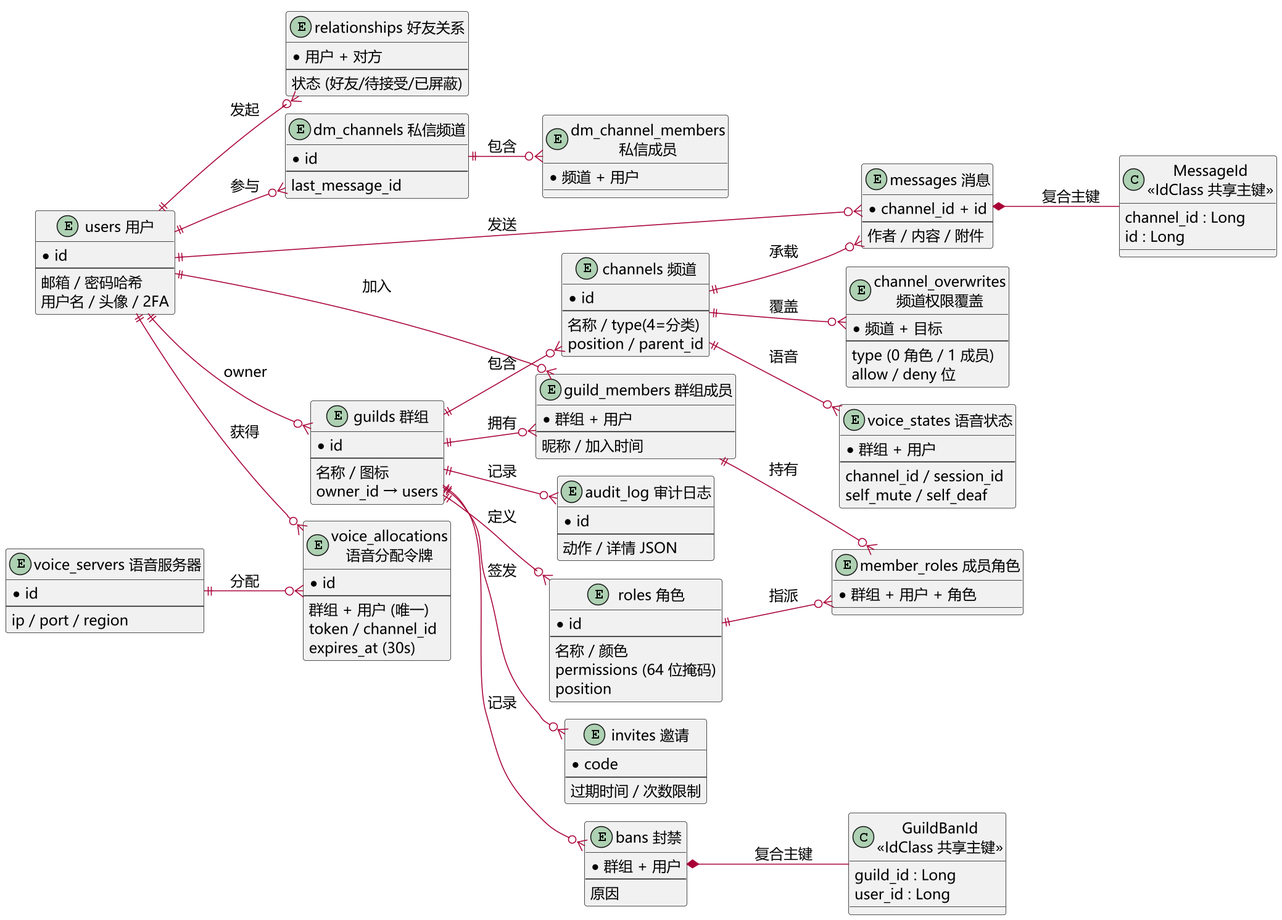
Earlier version of the PlantUML export docs/figures/fig4-2-er.png (Siegfried-Crowley/Chorus). Source of this version:
```plantuml
@startuml fig4-2-er
!pragma layout smetana
left to right direction
skinparam backgroundColor #FFFFFF
skinparam defaultFontName "Microsoft YaHei"
skinparam defaultFontSize 15
skinparam nodesep 12
skinparam ranksep 30
skinparam shadowing false
skinparam dpi 150
skinparam ArrowColor #A80036
skinparam entity {
  BackgroundColor #FEFECE
  BorderColor #A80036
  FontColor #000000
  HeaderBackgroundColor #FFF3C4
}

entity "users 用户" as users {
  * id
  --
  邮箱 / 密码哈希
  用户名 / 头像 / 2FA
}
entity "relationships 好友关系" as relationships {
  * 用户 + 对方
  --
  状态 (好友/待接受/已屏蔽)
}
entity "dm_channels 私信频道" as dm_channels {
  * id
  --
  last_message_id
}
entity "dm_channel_members\n私信成员" as dm_channel_members {
  * 频道 + 用户
}

entity "guilds 群组" as guilds {
  * id
  --
  名称 / 图标
  owner_id → users
}
entity "guild_members 群组成员" as guild_members {
  * 群组 + 用户
  --
  昵称 / 加入时间
}
entity "roles 角色" as roles {
  * id
  --
  名称 / 颜色
  permissions (64 位掩码)
  position
}
entity "channels 频道" as channels {
  * id
  --
  名称 / type(4=分类)
  position / parent_id
}
entity "invites 邀请" as invites {
  * code
  --
  过期时间 / 次数限制
}
entity "bans 封禁" as bans {
  * 群组 + 用户
  --
  原因
}
entity "audit_log 审计日志" as audit_log {
  * id
  --
  动作 / 详情 JSON
}

entity "messages 消息" as messages {
  * channel_id + id
  --
  作者 / 内容 / 附件
}
entity "channel_overwrites\n频道权限覆盖" as channel_overwrites {
  * 频道 + 目标
  --
  type (0 角色 / 1 成员)
  allow / deny 位
}
entity "member_roles 成员角色" as member_roles {
  * 群组 + 用户 + 角色
}
entity "voice_states 语音状态" as voice_states {
  * 群组 + 用户
  --
  channel_id / session_id
  self_mute / self_deaf
}

entity "voice_servers 语音服务器" as voice_servers {
  * id
  --
  ip / port / region
}
entity "voice_allocations\n语音分配令牌" as voice_allocations {
  * id
  --
  群组 + 用户 (唯一)
  token / channel_id
  expires_at (30s)
}

class "MessageId\n<<IdClass 共享主键>>" as MessageId {
  channel_id : Long
  id : Long
}
class "GuildBanId\n<<IdClass 共享主键>>" as GuildBanId {
  guild_id : Long
  user_id : Long
}

users ||--o{ guilds : owner
users ||--o{ guild_members : 加入
guilds ||--o{ guild_members : 拥有
guilds ||--o{ roles : 定义
guilds ||--o{ channels : 包含
guilds ||--o{ invites : 签发
guilds ||--o{ bans : 记录
guilds ||--o{ audit_log : 记录
channels ||--o{ messages : 承载
channels ||--o{ channel_overwrites : 覆盖
channels ||--o{ voice_states : 语音
users ||--o{ messages : 发送
roles ||--o{ member_roles : 指派
guild_members ||--o{ member_roles : 持有
users ||--o{ relationships : 发起
users ||--o{ dm_channels : 参与
dm_channels ||--o{ dm_channel_members : 包含
users ||--o{ voice_allocations : 获得
voice_servers ||--o{ voice_allocations : 分配
messages *-- MessageId : 复合主键
bans *-- GuildBanId : 复合主键
@enduml
```
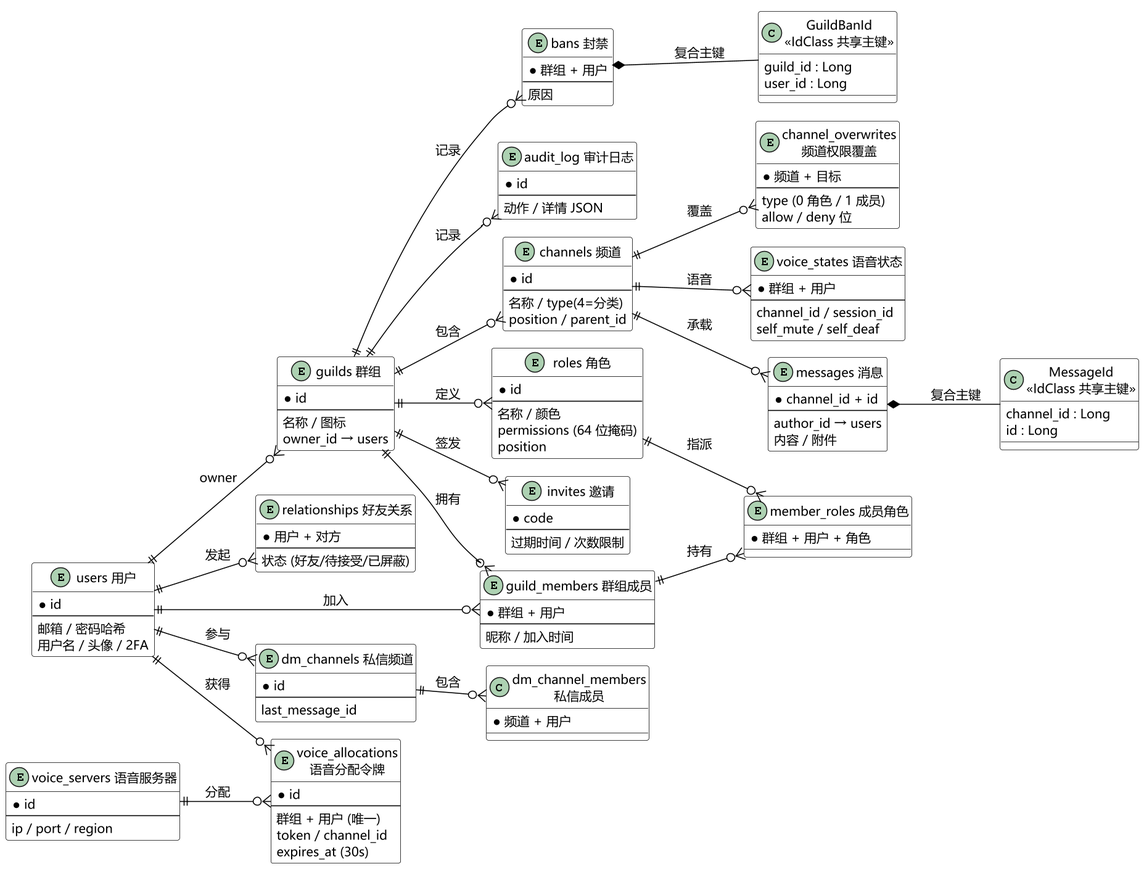
The same diagram one commit later.

Change to the diagram source:
```diff
@@ -1,26 +1,42 @@
 @startuml fig4-2-er
 !pragma layout smetana
+skinparam backgroundColor #FFFFFF
+skinparam shadowing false
+skinparam defaultFontName "Microsoft YaHei"
+skinparam defaultFontSize 13
+skinparam dpi 150
+skinparam defaultFontColor #000000
+skinparam ArrowColor #000000
+skinparam ArrowFontColor #000000
+skinparam linetype ortho
+skinparam nodesep 22
+skinparam ranksep 60
+skinparam entity {
+  BackgroundColor #FFFFFF
+  BorderColor #000000
+  FontColor #000000
+  HeaderBackgroundColor #FFFFFF
+}
+skinparam class {
+  BackgroundColor #FFFFFF
+  BorderColor #000000
+  FontColor #000000
+  AttributeFontColor #000000
+  StereotypeFontColor #000000
+}
 left to right direction
-skinparam backgroundColor #FFFFFF
-skinparam defaultFontName "Microsoft YaHei"
-skinparam defaultFontSize 15
-skinparam nodesep 12
-skinparam ranksep 30
-skinparam shadowing false
-skinparam dpi 150
-skinparam ArrowColor #A80036
-skinparam entity {
-  BackgroundColor #FEFECE
-  BorderColor #A80036
-  FontColor #000000
-  HeaderBackgroundColor #FFF3C4
-}
 
 entity "users 用户" as users {
   * id
   --
   邮箱 / 密码哈希
   用户名 / 头像 / 2FA
+}
+entity "guilds 群组" as guilds {
+  * id
+  --
+  名称 / 图标
+  owner_id → users
 }
 entity "relationships 好友关系" as relationships {
   * 用户 + 对方
@@ -32,20 +48,29 @@
   --
   last_message_id
 }
-entity "dm_channel_members\n私信成员" as dm_channel_members {
-  * 频道 + 用户
-}
 
-entity "guilds 群组" as guilds {
+entity "channels 频道" as channels {
   * id
   --
-  名称 / 图标
-  owner_id → users
+  名称 / type(4=分类)
+  position / parent_id
 }
 entity "guild_members 群组成员" as guild_members {
   * 群组 + 用户
   --
   昵称 / 加入时间
+}
+entity "messages 消息" as messages {
+  * channel_id + id
+  --
+  author_id → users
+  内容 / 附件
+}
+entity "channel_overwrites\n频道权限覆盖" as channel_overwrites {
+  * 频道 + 目标
+  --
+  type (0 角色 / 1 成员)
+  allow / deny 位
 }
 entity "roles 角色" as roles {
   * id
@@ -54,11 +79,15 @@
   permissions (64 位掩码)
   position
 }
-entity "channels 频道" as channels {
-  * id
+entity "member_roles 成员角色" as member_roles {
+  * 群组 + 用户 + 角色
+}
+
+entity "voice_states 语音状态" as voice_states {
+  * 群组 + 用户
   --
-  名称 / type(4=分类)
-  position / parent_id
+  channel_id / session_id
+  self_mute / self_deaf
 }
 entity "invites 邀请" as invites {
   * code
@@ -75,28 +104,6 @@
   --
   动作 / 详情 JSON
 }
-
-entity "messages 消息" as messages {
-  * channel_id + id
-  --
-  作者 / 内容 / 附件
-}
-entity "channel_overwrites\n频道权限覆盖" as channel_overwrites {
-  * 频道 + 目标
-  --
-  type (0 角色 / 1 成员)
-  allow / deny 位
-}
-entity "member_roles 成员角色" as member_roles {
-  * 群组 + 用户 + 角色
-}
-entity "voice_states 语音状态" as voice_states {
-  * 群组 + 用户
-  --
-  channel_id / session_id
-  self_mute / self_deaf
-}
-
 entity "voice_servers 语音服务器" as voice_servers {
   * id
   --
@@ -109,7 +116,9 @@
   token / channel_id
   expires_at (30s)
 }
-
+class "dm_channel_members\n私信成员" as dm_channel_members {
+  * 频道 + 用户
+}
 class "MessageId\n<<IdClass 共享主键>>" as MessageId {
   channel_id : Long
   id : Long
@@ -119,25 +128,24 @@
   user_id : Long
 }
 
+users ||--o{ relationships : 发起
+users ||--o{ dm_channels : 参与
+dm_channels ||--o{ dm_channel_members : 包含
 users ||--o{ guilds : owner
+guilds ||--o{ guild_members : 拥有
 users ||--o{ guild_members : 加入
-guilds ||--o{ guild_members : 拥有
 guilds ||--o{ roles : 定义
 guilds ||--o{ channels : 包含
+roles ||--o{ member_roles : 指派
+guild_members ||--o{ member_roles : 持有
+channels ||--o{ messages : 承载
+channels ||--o{ channel_overwrites : 覆盖
+channels ||--o{ voice_states : 语音
 guilds ||--o{ invites : 签发
 guilds ||--o{ bans : 记录
 guilds ||--o{ audit_log : 记录
-channels ||--o{ messages : 承载
-channels ||--o{ channel_overwrites : 覆盖
-channels ||--o{ voice_states : 语音
-users ||--o{ messages : 发送
-roles ||--o{ member_roles : 指派
-guild_members ||--o{ member_roles : 持有
-users ||--o{ relationships : 发起
-users ||--o{ dm_channels : 参与
-dm_channels ||--o{ dm_channel_members : 包含
+voice_servers ||--o{ voice_allocations : 分配
 users ||--o{ voice_allocations : 获得
-voice_servers ||--o{ voice_allocations : 分配
 messages *-- MessageId : 复合主键
 bans *-- GuildBanId : 复合主键
 @enduml
```
